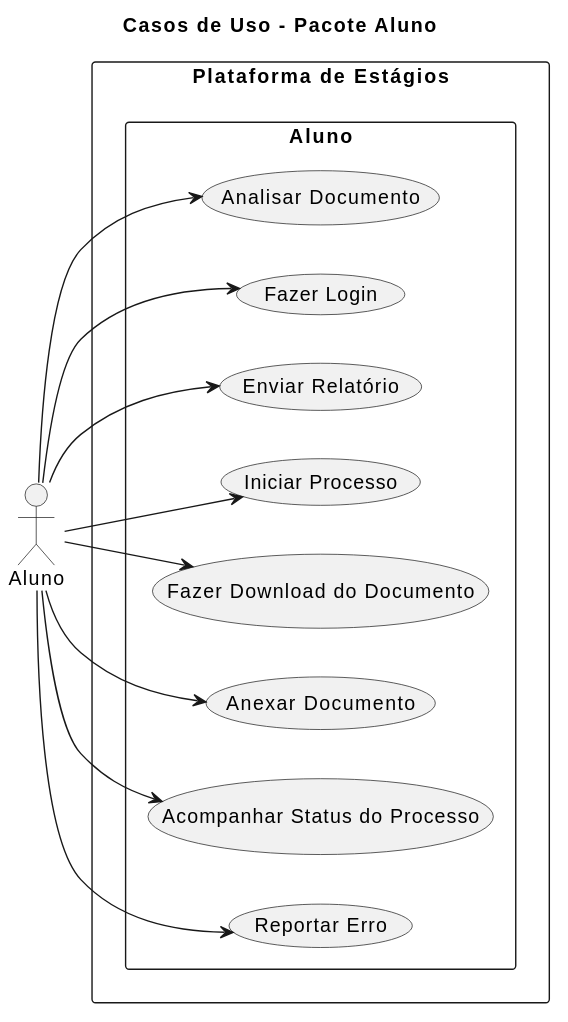
This is docs/assets/Diagramas/out/casos_de_uso_aluno.svg from Projetos-de-Extensao/PBE_26.1_8002_III, a PlantUML export, as it was before one commit. Its diagram source:
```plantuml
@startuml
title Casos de Uso - Pacote Aluno
left to right direction
skinparam packageStyle rectangle

actor "Aluno" as aluno

rectangle "Plataforma de Estágios" {

package "Aluno" {
usecase "Reportar Erro" as reportarErro
usecase "Acompanhar Status do Processo" as acompanhar
usecase "Anexar Documento" as enviar
usecase "Fazer Download do Documento" as download
usecase "Iniciar Processo" as iniciar
usecase "Enviar Relatório" as enviarHoras
usecase "Fazer Login" as login
usecase "Analisar Documento" as analisarDoc

}

}

aluno --> reportarErro
aluno --> acompanhar
aluno --> enviar
aluno --> download
aluno --> iniciar
aluno --> enviarHoras
aluno --> login
aluno --> analisarDoc
@enduml
```
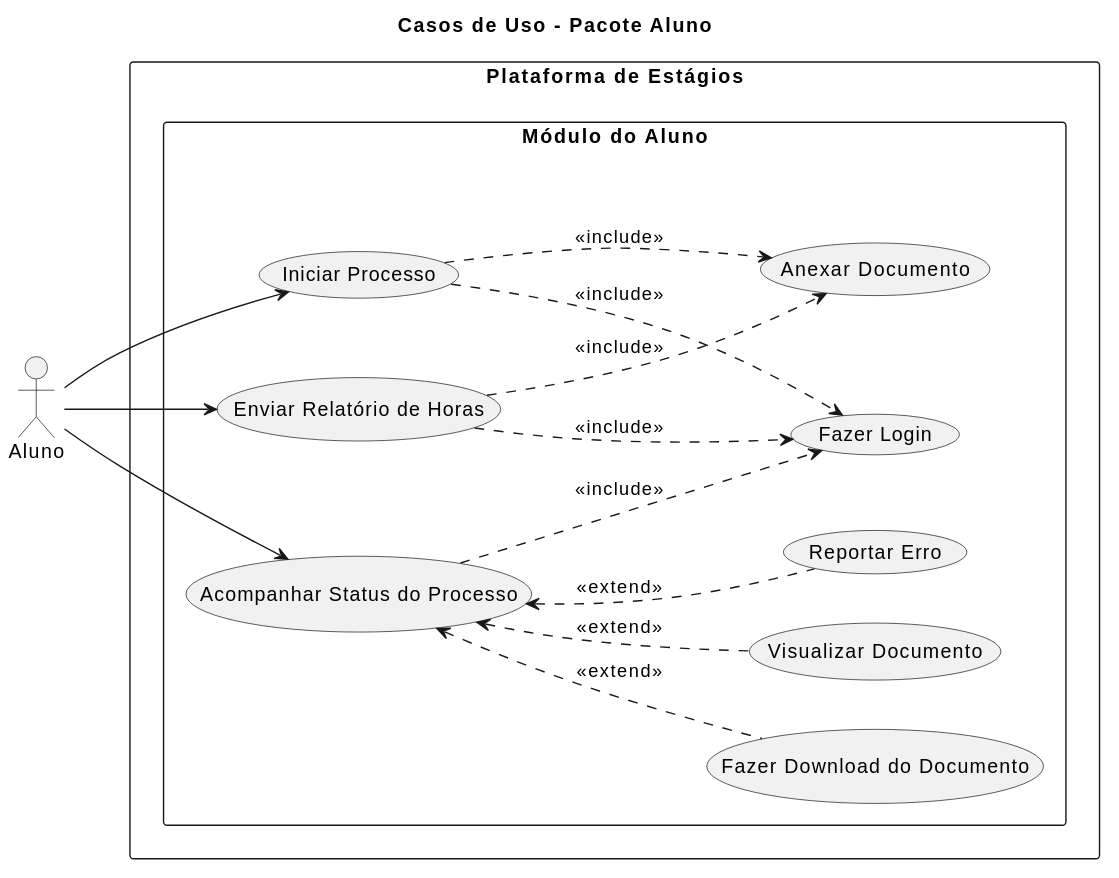
The same file after the commit.

Change to the diagram source:
```diff
@@ -7,26 +7,33 @@
 
 rectangle "Plataforma de Estágios" {
 
-package "Aluno" {
+package "Módulo do Aluno" {
+usecase "Fazer Login" as login
+usecase "Anexar Documento" as enviar
+
+usecase "Iniciar Processo" as iniciar
+usecase "Enviar Relatório de Horas" as enviarHoras
+usecase "Acompanhar Status do Processo" as acompanhar
+
+usecase "Fazer Download do Documento" as download
+usecase "Visualizar Documento" as visualizarDoc
 usecase "Reportar Erro" as reportarErro
-usecase "Acompanhar Status do Processo" as acompanhar
-usecase "Anexar Documento" as enviar
-usecase "Fazer Download do Documento" as download
-usecase "Iniciar Processo" as iniciar
-usecase "Enviar Relatório" as enviarHoras
-usecase "Fazer Login" as login
-usecase "Analisar Documento" as analisarDoc
-
 }
 
 }
 
-aluno --> reportarErro
-aluno --> acompanhar
-aluno --> enviar
-aluno --> download
 aluno --> iniciar
 aluno --> enviarHoras
-aluno --> login
-aluno --> analisarDoc
+aluno --> acompanhar
+
+iniciar ..> login : <<include>>
+enviarHoras ..> login : <<include>>
+acompanhar ..> login : <<include>>
+
+iniciar ..> enviar : <<include>>
+enviarHoras ..> enviar : <<include>>
+
+acompanhar <.. download : <<extend>>
+acompanhar <.. visualizarDoc : <<extend>>
+acompanhar <.. reportarErro : <<extend>>
 @enduml
```
